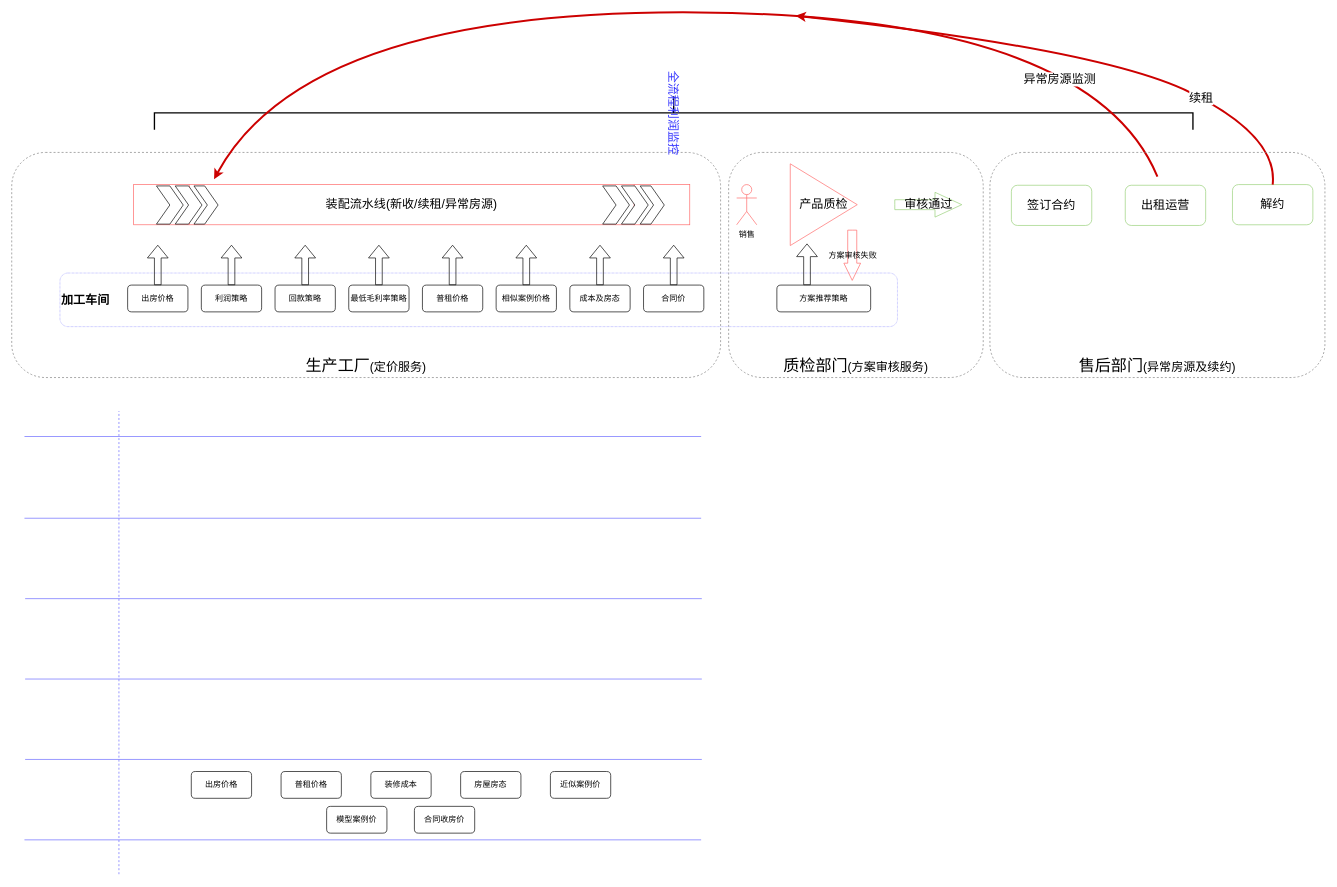
Earlier version of the draw.io diagram Untitled Diagram.drawio (zhuyeqing/tutorials). Source tidied: cells renumbered, new cells numbered last; positions are measured from the earlier drawing's top-left corner, leaving out a move shared by most shapes. Both pictures are drawn from the tidied source at 67%, with x=0, y=0 at pixel (11, -407).
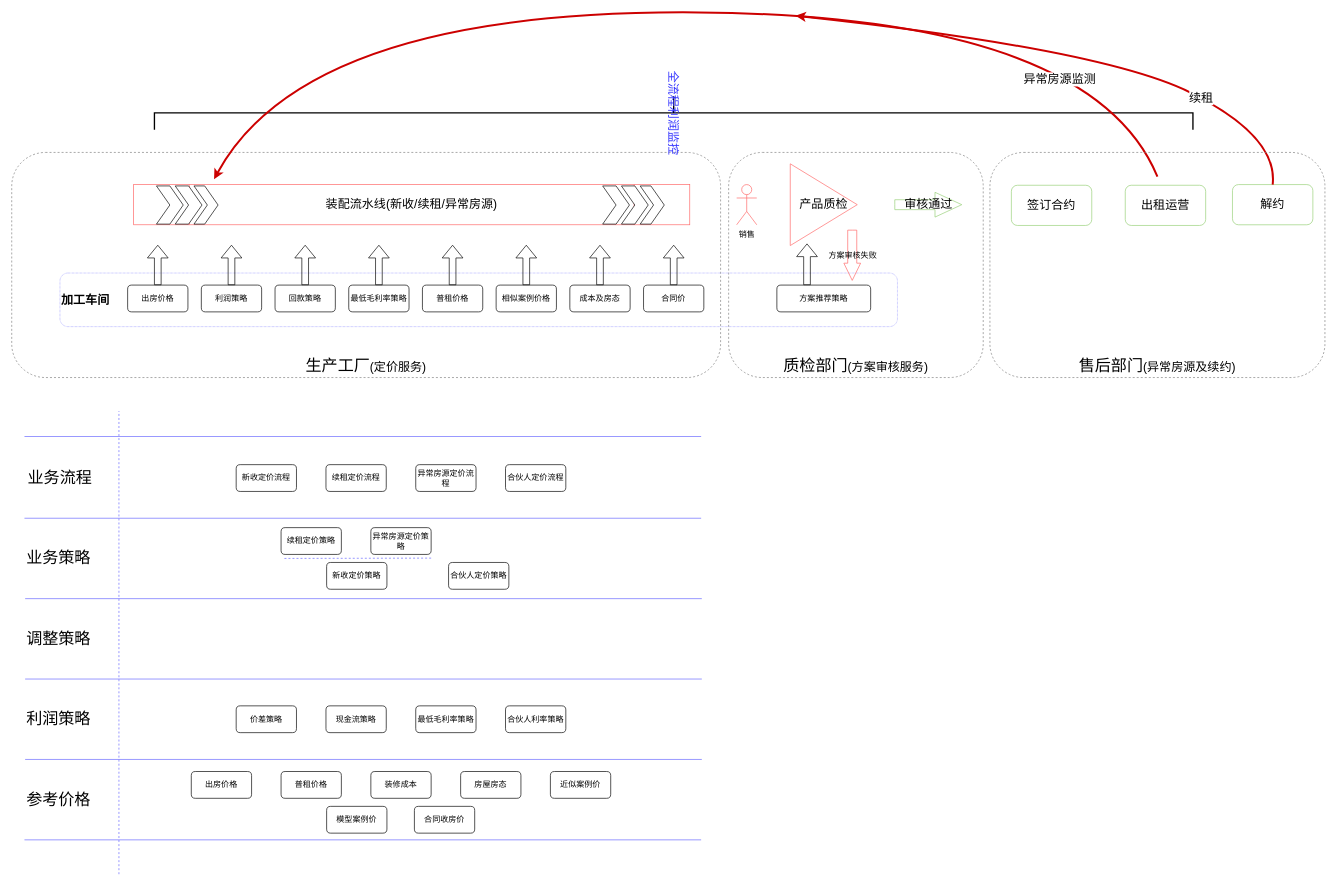
The same page after the edit.

What changed in the source:
```diff
@@
+    <mxCell id="59" value="&lt;font style=&quot;font-size: 24px&quot;&gt;参考价格&lt;/font&gt;" style="text;html=1;strokeColor=none;fillColor=none;align=center;verticalAlign=middle;whiteSpace=wrap;rounded=0;dashed=1;fontSize=8;" parent="1" vertex="1">
+      <mxGeometry x="20" y="1790" width="100" height="20" as="geometry" />
+    </mxCell>
+    <mxCell id="60" value="&lt;font style=&quot;font-size: 24px&quot;&gt;利润策略&lt;/font&gt;" style="text;html=1;strokeColor=none;fillColor=none;align=center;verticalAlign=middle;whiteSpace=wrap;rounded=0;dashed=1;fontSize=8;" parent="1" vertex="1">
+      <mxGeometry x="20" y="1670" width="100" height="20" as="geometry" />
+    </mxCell>
+    <mxCell id="61" value="&lt;font style=&quot;font-size: 24px&quot;&gt;调整策略&lt;/font&gt;" style="text;html=1;strokeColor=none;fillColor=none;align=center;verticalAlign=middle;whiteSpace=wrap;rounded=0;dashed=1;fontSize=8;" parent="1" vertex="1">
+      <mxGeometry x="20" y="1550" width="100" height="20" as="geometry" />
+    </mxCell>
+    <mxCell id="62" value="&lt;font style=&quot;font-size: 24px&quot;&gt;业务策略&lt;/font&gt;" style="text;html=1;strokeColor=none;fillColor=none;align=center;verticalAlign=middle;whiteSpace=wrap;rounded=0;dashed=1;fontSize=8;" parent="1" vertex="1">
+      <mxGeometry x="20" y="1430" width="100" height="20" as="geometry" />
+    </mxCell>
+    <mxCell id="63" value="&lt;font style=&quot;font-size: 24px&quot;&gt;业务流程&lt;/font&gt;" style="text;html=1;strokeColor=none;fillColor=none;align=center;verticalAlign=middle;whiteSpace=wrap;rounded=0;dashed=1;fontSize=8;" parent="1" vertex="1">
+      <mxGeometry x="22" y="1310" width="100" height="20" as="geometry" />
+    </mxCell>
+    <mxCell id="64" value="价差策略" style="rounded=1;whiteSpace=wrap;html=1;" parent="1" vertex="1">
+      <mxGeometry x="335" y="1660" width="90" height="40" as="geometry" />
+    </mxCell>
+    <mxCell id="65" value="现金流策略" style="rounded=1;whiteSpace=wrap;html=1;" parent="1" vertex="1">
+      <mxGeometry x="469" y="1660" width="90" height="40" as="geometry" />
+    </mxCell>
+    <mxCell id="66" value="最低毛利率策略" style="rounded=1;whiteSpace=wrap;html=1;" parent="1" vertex="1">
+      <mxGeometry x="603" y="1660" width="90" height="40" as="geometry" />
+    </mxCell>
+    <mxCell id="67" value="合伙人利率策略" style="rounded=1;whiteSpace=wrap;html=1;" parent="1" vertex="1">
+      <mxGeometry x="737" y="1660" width="90" height="40" as="geometry" />
+    </mxCell>
+    <mxCell id="68" value="新收定价流程" style="rounded=1;whiteSpace=wrap;html=1;" parent="1" vertex="1">
+      <mxGeometry x="335" y="1300" width="90" height="40" as="geometry" />
+    </mxCell>
+    <mxCell id="69" value="续租定价流程" style="rounded=1;whiteSpace=wrap;html=1;" parent="1" vertex="1">
+      <mxGeometry x="469" y="1300" width="90" height="40" as="geometry" />
+    </mxCell>
+    <mxCell id="70" value="异常房源定价流程" style="rounded=1;whiteSpace=wrap;html=1;" parent="1" vertex="1">
+      <mxGeometry x="603" y="1300" width="90" height="40" as="geometry" />
+    </mxCell>
+    <mxCell id="71" value="合伙人定价流程" style="rounded=1;whiteSpace=wrap;html=1;" parent="1" vertex="1">
+      <mxGeometry x="737" y="1300" width="90" height="40" as="geometry" />
+    </mxCell>
+    <mxCell id="72" value="续租定价策略" style="rounded=1;whiteSpace=wrap;html=1;" parent="1" vertex="1">
+      <mxGeometry x="402" y="1394" width="90" height="40" as="geometry" />
+    </mxCell>
+    <mxCell id="73" value="异常房源定价策略" style="rounded=1;whiteSpace=wrap;html=1;" parent="1" vertex="1">
+      <mxGeometry x="536" y="1394" width="90" height="40" as="geometry" />
+    </mxCell>
+    <mxCell id="74" value="新收定价策略" style="rounded=1;whiteSpace=wrap;html=1;" parent="1" vertex="1">
+      <mxGeometry x="470" y="1446" width="90" height="40" as="geometry" />
+    </mxCell>
+    <mxCell id="75" value="合伙人定价策略" style="rounded=1;whiteSpace=wrap;html=1;" parent="1" vertex="1">
+      <mxGeometry x="652" y="1446" width="90" height="40" as="geometry" />
+    </mxCell>
+    <mxCell id="76" style="endArrow=none;dashed=1;html=1;strokeColor=#6666FF;strokeWidth=1;fontSize=8;" parent="1" edge="1">
+      <mxGeometry relative="1" as="geometry">
+        <mxPoint x="407" y="1440" as="sourcePoint" />
+        <mxPoint x="627.5" y="1439.5" as="targetPoint" />
+      </mxGeometry>
+    </mxCell>
```
